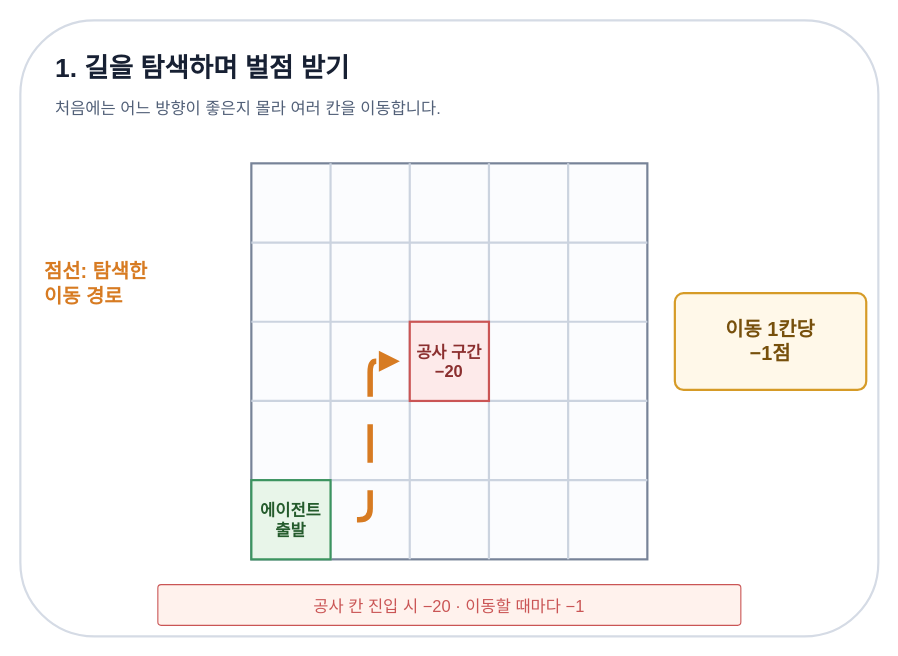
jongbob1918/jongbob1918.github.io keeps this draw.io diagram as page "1 길 탐색과 벌점" (1 of 4) of site/src/assets/diagrams/restaurant-reinforcement-learning.drawio. Above is the earlier version. Source tidied: cells renumbered, new cells numbered last; positions are measured from the earlier drawing's top-left corner, leaving out a move shared by most shapes. Both pictures are drawn from the tidied source at 110%, with x=0, y=0 at pixel (20, 20).
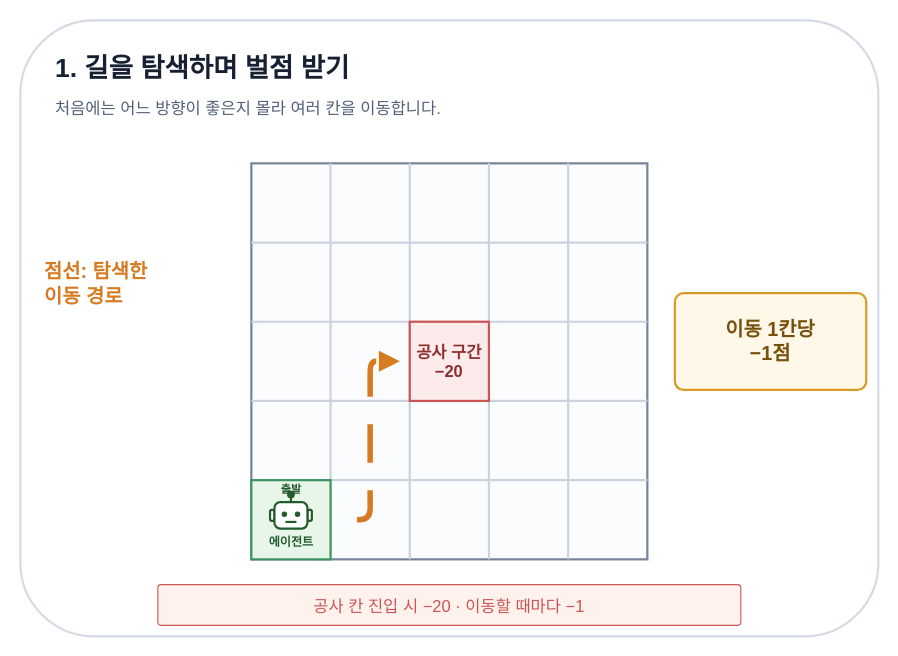
After the change.

Change to the diagram source:
```diff
@@
-    <mxCell id="16" value="에이전트&#10;출발" style="rounded=0;arcSize=0;whiteSpace=wrap;html=1;fillColor=#e8f5e9;strokeColor=#3c9460;strokeWidth=2;fontSize=15;fontColor=#245b2c;fontStyle=1;align=center;verticalAlign=middle;" parent="1" vertex="1">
+    <mxCell id="16" style="rounded=0;arcSize=0;whiteSpace=wrap;html=1;fillColor=#e8f5e9;strokeColor=#3c9460;strokeWidth=2;fontSize=15;fontColor=#245b2c;fontStyle=1;align=center;verticalAlign=middle;" parent="1" vertex="1">
       <mxGeometry x="210" y="418" width="72" height="72" as="geometry" />
     </mxCell>
@@
+    <mxCell id="20" value="출발" style="text;html=1;strokeColor=none;fillColor=none;align=center;verticalAlign=middle;fontSize=10;fontColor=#245b2c;fontStyle=1;" parent="1" vertex="1">
+      <mxGeometry x="213" y="419" width="66" height="14" as="geometry" />
+    </mxCell>
+    <mxCell id="21" style="endArrow=none;html=1;strokeColor=#245b2c;strokeWidth=2;" parent="1" edge="1">
+      <mxGeometry relative="1" as="geometry">
+        <mxPoint x="246" y="432" as="sourcePoint" />
+        <mxPoint x="246" y="438" as="targetPoint" />
+      </mxGeometry>
+    </mxCell>
+    <mxCell id="22" style="ellipse;whiteSpace=wrap;html=1;fillColor=#245b2c;strokeColor=#245b2c;strokeWidth=1;" parent="1" vertex="1">
+      <mxGeometry x="243" y="428" width="6" height="6" as="geometry" />
+    </mxCell>
+    <mxCell id="23" style="rounded=1;arcSize=40;fillColor=#ffffff;strokeColor=#245b2c;strokeWidth=2;" parent="1" vertex="1">
+      <mxGeometry x="227" y="445" width="4" height="10" as="geometry" />
+    </mxCell>
+    <mxCell id="24" style="rounded=1;arcSize=40;fillColor=#ffffff;strokeColor=#245b2c;strokeWidth=2;" parent="1" vertex="1">
+      <mxGeometry x="261" y="445" width="4" height="10" as="geometry" />
+    </mxCell>
+    <mxCell id="25" style="rounded=1;arcSize=22;fillColor=#ffffff;strokeColor=#245b2c;strokeWidth=2;" parent="1" vertex="1">
+      <mxGeometry x="231" y="438" width="30" height="24" as="geometry" />
+    </mxCell>
+    <mxCell id="26" style="ellipse;fillColor=#245b2c;strokeColor=#245b2c;strokeWidth=1;" parent="1" vertex="1">
+      <mxGeometry x="238" y="447" width="4" height="4" as="geometry" />
+    </mxCell>
+    <mxCell id="27" style="ellipse;fillColor=#245b2c;strokeColor=#245b2c;strokeWidth=1;" parent="1" vertex="1">
+      <mxGeometry x="250" y="447" width="4" height="4" as="geometry" />
+    </mxCell>
+    <mxCell id="28" style="endArrow=none;html=1;strokeColor=#245b2c;strokeWidth=2;" parent="1" edge="1">
+      <mxGeometry relative="1" as="geometry">
+        <mxPoint x="241" y="456" as="sourcePoint" />
+        <mxPoint x="251" y="456" as="targetPoint" />
+      </mxGeometry>
+    </mxCell>
+    <mxCell id="29" value="에이전트" style="text;html=1;strokeColor=none;fillColor=none;align=center;verticalAlign=middle;fontSize=11;fontColor=#245b2c;fontStyle=1;" parent="1" vertex="1">
+      <mxGeometry x="214" y="464" width="64" height="19" as="geometry" />
+    </mxCell>
```
